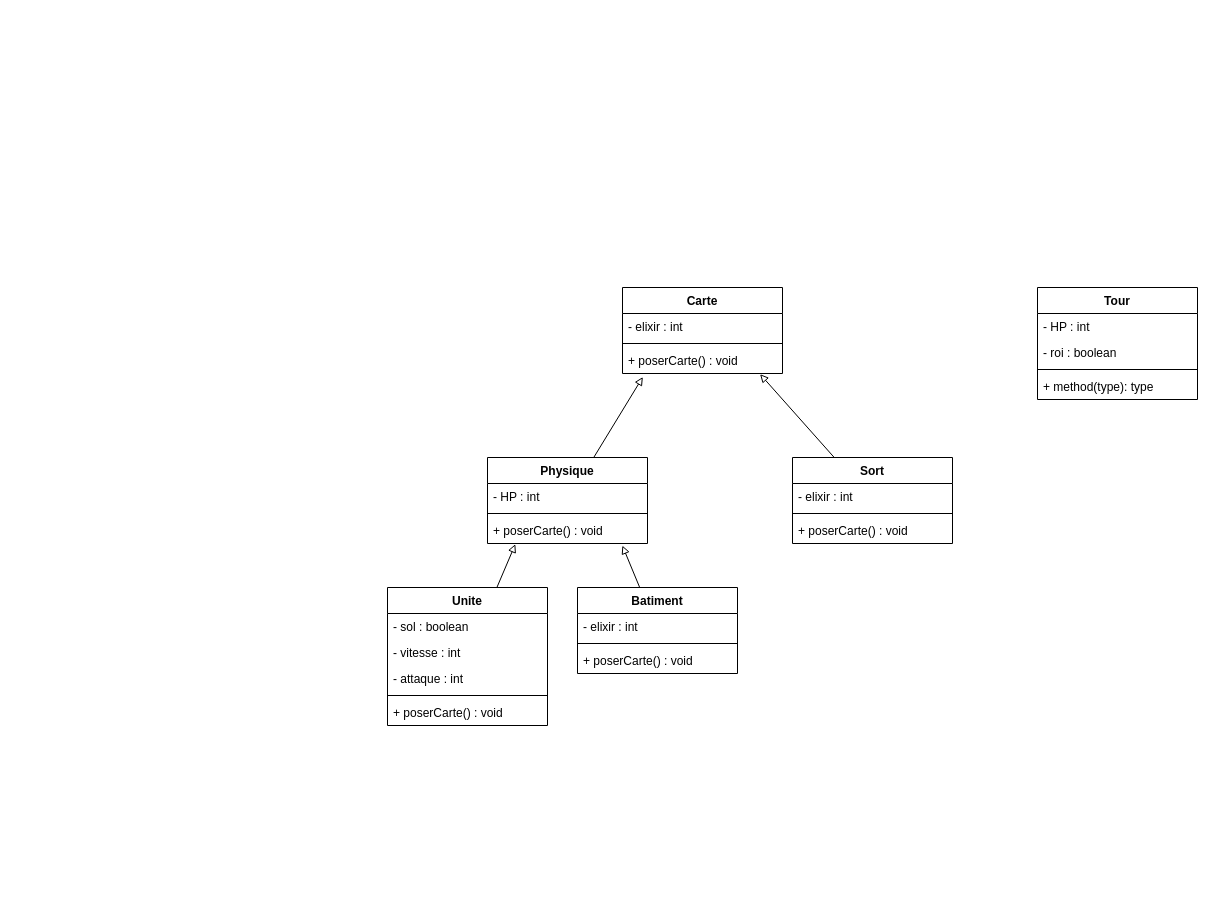
Above: classes.drawio in l-busca/ProjetUML_Busca_Jacques_Mathieu_Schneider (draw.io), before the change. Source tidied: cells renumbered, new cells numbered last; positions are measured from the earlier drawing's top-left corner, leaving out a move shared by most shapes. Both pictures are drawn from the tidied source at 100%, with x=0, y=0 at pixel (387, 287).
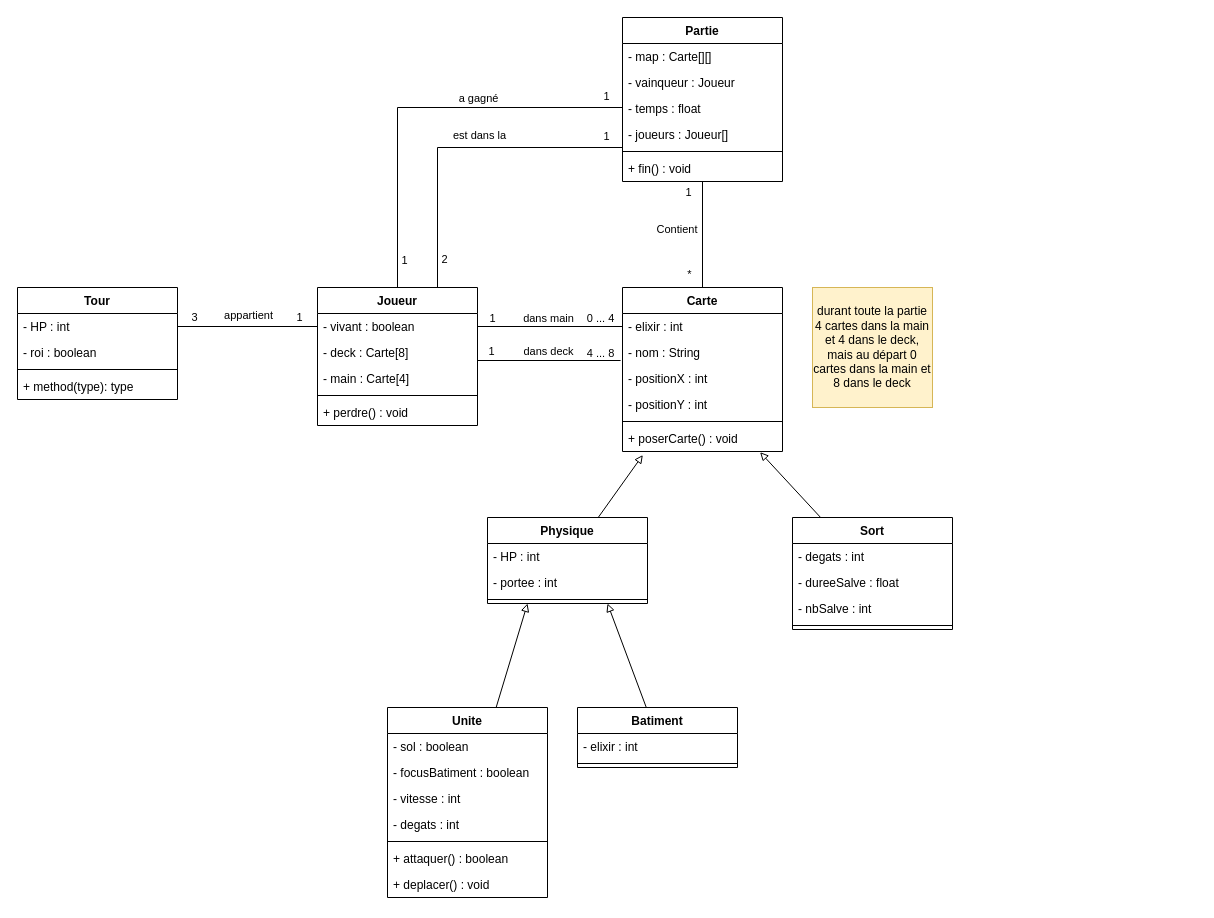
After the change.

The change refers to these unchanged cells:
```xml
<mxCell id="3" value="- elixir : int" style="text;strokeColor=none;fillColor=none;align=left;verticalAlign=top;spacingLeft=4;spacingRight=4;overflow=hidden;points=[[0,0.5],[1,0.5]];portConstraint=eastwest;" parent="2" vertex="1">
  <mxGeometry y="26" width="160" height="26" as="geometry" />
</mxCell>
<mxCell id="29" value="- HP : int" style="text;strokeColor=none;fillColor=none;align=left;verticalAlign=top;spacingLeft=4;spacingRight=4;overflow=hidden;points=[[0,0.5],[1,0.5]];portConstraint=eastwest;" parent="28" vertex="1">
  <mxGeometry y="26" width="160" height="26" as="geometry" />
</mxCell>
```

Change to the diagram source:
```diff
@@
     <mxCell id="2" value="Carte" style="swimlane;fontStyle=1;align=center;verticalAlign=top;horizontal=1;startSize=26;" parent="1" vertex="1">
-      <mxGeometry x="235" width="160" height="86" as="geometry" />
+      <mxGeometry x="235" width="160" height="164" as="geometry" />
     </mxCell>
@@
+    <mxCell id="33" value="- nom : String" style="text;strokeColor=none;fillColor=none;align=left;verticalAlign=top;spacingLeft=4;spacingRight=4;overflow=hidden;points=[[0,0.5],[1,0.5]];portConstraint=eastwest;" parent="2" vertex="1">
+      <mxGeometry y="52" width="160" height="26" as="geometry" />
+    </mxCell>
+    <mxCell id="34" value="- positionX : int" style="text;strokeColor=none;fillColor=none;align=left;verticalAlign=top;spacingLeft=4;spacingRight=4;overflow=hidden;" parent="2" vertex="1">
+      <mxGeometry y="78" width="160" height="26" as="geometry" />
+    </mxCell>
+    <mxCell id="35" value="- positionY : int" style="text;strokeColor=none;fillColor=none;align=left;verticalAlign=top;spacingLeft=4;spacingRight=4;overflow=hidden;" parent="2" vertex="1">
+      <mxGeometry y="104" width="160" height="26" as="geometry" />
+    </mxCell>
     <mxCell id="4" style="line;strokeWidth=1;fillColor=none;align=left;verticalAlign=middle;spacingTop=-1;spacingLeft=3;spacingRight=3;labelPosition=right;" parent="2" vertex="1">
-      <mxGeometry y="52" width="160" height="8" as="geometry" />
+      <mxGeometry y="130" width="160" height="8" as="geometry" />
     </mxCell>
     <mxCell id="5" value="+ poserCarte() : void" style="text;strokeColor=none;fillColor=none;align=left;verticalAlign=top;spacingLeft=4;spacingRight=4;overflow=hidden;points=[[0,0.5],[1,0.5]];portConstraint=eastwest;" parent="2" vertex="1">
-      <mxGeometry y="60" width="160" height="26" as="geometry" />
+      <mxGeometry y="138" width="160" height="26" as="geometry" />
     </mxCell>
-    <mxCell id="6" style="edgeStyle=none;rounded=0;jettySize=auto;html=1;endArrow=block;endFill=0;entryX=0.843;entryY=1.081;entryDx=0;entryDy=0;entryPerimeter=0;" parent="1" edge="1" source="7" target="27">
+    <mxCell id="6" style="edgeStyle=none;rounded=0;jettySize=auto;html=1;endArrow=block;endFill=0;entryX=0.75;entryY=1;entryDx=0;entryDy=0;" parent="1" edge="1" source="7" target="24">
       <mxGeometry relative="1" as="geometry" />
     </mxCell>
     <mxCell id="7" value="Batiment" style="swimlane;fontStyle=1;align=center;verticalAlign=top;horizontal=1;startSize=26;" parent="1" vertex="1">
-      <mxGeometry x="190" y="300" width="160" height="86" as="geometry" />
+      <mxGeometry x="190" y="420" width="160" height="60" as="geometry" />
     </mxCell>
@@
-    <mxCell id="10" value="+ poserCarte() : void" style="text;strokeColor=none;fillColor=none;align=left;verticalAlign=top;spacingLeft=4;spacingRight=4;overflow=hidden;" parent="7" vertex="1">
-      <mxGeometry y="60" width="160" height="26" as="geometry" />
-    </mxCell>
@@
     <mxCell id="12" value="Sort" style="swimlane;fontStyle=1;align=center;verticalAlign=top;horizontal=1;startSize=26;" parent="1" vertex="1">
-      <mxGeometry x="405" y="170" width="160" height="86" as="geometry" />
+      <mxGeometry x="405" y="230" width="160" height="112" as="geometry" />
     </mxCell>
-    <mxCell id="13" value="- elixir : int" style="text;strokeColor=none;fillColor=none;align=left;verticalAlign=top;spacingLeft=4;spacingRight=4;overflow=hidden;" parent="12" vertex="1">
-      <mxGeometry y="26" width="160" height="26" as="geometry" />
-    </mxCell>
+    <mxCell id="36" value="- degats : int" style="text;strokeColor=none;fillColor=none;align=left;verticalAlign=top;spacingLeft=4;spacingRight=4;overflow=hidden;" parent="12" vertex="1">
+      <mxGeometry y="26" width="160" height="26" as="geometry" />
+    </mxCell>
+    <mxCell id="37" value="- dureeSalve : float" style="text;strokeColor=none;fillColor=none;align=left;verticalAlign=top;spacingLeft=4;spacingRight=4;overflow=hidden;" parent="12" vertex="1">
+      <mxGeometry y="52" width="160" height="26" as="geometry" />
+    </mxCell>
+    <mxCell id="38" value="- nbSalve : int" style="text;strokeColor=none;fillColor=none;align=left;verticalAlign=top;spacingLeft=4;spacingRight=4;overflow=hidden;" parent="12" vertex="1">
+      <mxGeometry y="78" width="160" height="26" as="geometry" />
+    </mxCell>
     <mxCell id="14" style="line;strokeWidth=1;fillColor=none;align=left;verticalAlign=middle;spacingTop=-1;spacingLeft=3;spacingRight=3;labelPosition=right;" parent="12" vertex="1">
-      <mxGeometry y="52" width="160" height="8" as="geometry" />
+      <mxGeometry y="104" width="160" height="8" as="geometry" />
     </mxCell>
-    <mxCell id="15" value="+ poserCarte() : void" style="text;strokeColor=none;fillColor=none;align=left;verticalAlign=top;spacingLeft=4;spacingRight=4;overflow=hidden;" parent="12" vertex="1">
-      <mxGeometry y="60" width="160" height="26" as="geometry" />
-    </mxCell>
-    <mxCell id="16" style="edgeStyle=none;rounded=0;jettySize=auto;html=1;entryX=0.174;entryY=1.026;entryDx=0;entryDy=0;entryPerimeter=0;endArrow=block;endFill=0;" parent="1" edge="1" source="17" target="27">
+    <mxCell id="16" style="edgeStyle=none;rounded=0;jettySize=auto;html=1;entryX=0.25;entryY=1;entryDx=0;entryDy=0;endArrow=block;endFill=0;" parent="1" edge="1" source="17" target="24">
       <mxGeometry relative="1" as="geometry" />
     </mxCell>
     <mxCell id="17" value="Unite" style="swimlane;fontStyle=1;align=center;verticalAlign=top;horizontal=1;startSize=26;" parent="1" vertex="1">
-      <mxGeometry y="300" width="160" height="138" as="geometry" />
+      <mxGeometry y="420" width="160" height="190" as="geometry" />
     </mxCell>
@@
+    <mxCell id="39" value="- focusBatiment : boolean" style="text;strokeColor=none;fillColor=none;align=left;verticalAlign=top;spacingLeft=4;spacingRight=4;overflow=hidden;" parent="17" vertex="1">
+      <mxGeometry y="52" width="160" height="26" as="geometry" />
+    </mxCell>
     <mxCell id="19" value="- vitesse : int" style="text;strokeColor=none;fillColor=none;align=left;verticalAlign=top;spacingLeft=4;spacingRight=4;overflow=hidden;" parent="17" vertex="1">
-      <mxGeometry y="52" width="160" height="26" as="geometry" />
+      <mxGeometry y="78" width="160" height="26" as="geometry" />
     </mxCell>
-    <mxCell id="20" value="- attaque : int" style="text;strokeColor=none;fillColor=none;align=left;verticalAlign=top;spacingLeft=4;spacingRight=4;overflow=hidden;" parent="17" vertex="1">
-      <mxGeometry y="78" width="160" height="26" as="geometry" />
+    <mxCell id="20" value="- degats : int" style="text;strokeColor=none;fillColor=none;align=left;verticalAlign=top;spacingLeft=4;spacingRight=4;overflow=hidden;" parent="17" vertex="1">
+      <mxGeometry y="104" width="160" height="26" as="geometry" />
     </mxCell>
     <mxCell id="21" style="line;strokeWidth=1;fillColor=none;align=left;verticalAlign=middle;spacingTop=-1;spacingLeft=3;spacingRight=3;labelPosition=right;" parent="17" vertex="1">
-      <mxGeometry y="104" width="160" height="8" as="geometry" />
+      <mxGeometry y="130" width="160" height="8" as="geometry" />
     </mxCell>
-    <mxCell id="22" value="+ poserCarte() : void" style="text;strokeColor=none;fillColor=none;align=left;verticalAlign=top;spacingLeft=4;spacingRight=4;overflow=hidden;" parent="17" vertex="1">
-      <mxGeometry y="112" width="160" height="26" as="geometry" />
-    </mxCell>
+    <mxCell id="40" value="+ attaquer() : boolean" style="text;strokeColor=none;fillColor=none;align=left;verticalAlign=top;spacingLeft=4;spacingRight=4;overflow=hidden;" parent="17" vertex="1">
+      <mxGeometry y="138" width="160" height="26" as="geometry" />
+    </mxCell>
+    <mxCell id="41" value="+ deplacer() : void" style="text;strokeColor=none;fillColor=none;align=left;verticalAlign=top;spacingLeft=4;spacingRight=4;overflow=hidden;" parent="17" vertex="1">
+      <mxGeometry y="164" width="160" height="26" as="geometry" />
+    </mxCell>
@@
     <mxCell id="24" value="Physique" style="swimlane;fontStyle=1;align=center;verticalAlign=top;horizontal=1;startSize=26;" parent="1" vertex="1">
-      <mxGeometry x="100" y="170" width="160" height="86" as="geometry" />
+      <mxGeometry x="100" y="230" width="160" height="86" as="geometry" />
     </mxCell>
@@
+    <mxCell id="42" value="- portee : int" style="text;strokeColor=none;fillColor=none;align=left;verticalAlign=top;spacingLeft=4;spacingRight=4;overflow=hidden;" parent="24" vertex="1">
+      <mxGeometry y="52" width="160" height="26" as="geometry" />
+    </mxCell>
     <mxCell id="26" style="line;strokeWidth=1;fillColor=none;align=left;verticalAlign=middle;spacingTop=-1;spacingLeft=3;spacingRight=3;labelPosition=right;" parent="24" vertex="1">
-      <mxGeometry y="52" width="160" height="8" as="geometry" />
+      <mxGeometry y="78" width="160" height="8" as="geometry" />
     </mxCell>
-    <mxCell id="27" value="+ poserCarte() : void" style="text;strokeColor=none;fillColor=none;align=left;verticalAlign=top;spacingLeft=4;spacingRight=4;overflow=hidden;points=[[0,0.5],[1,0.5]];portConstraint=eastwest;" parent="24" vertex="1">
-      <mxGeometry y="60" width="160" height="26" as="geometry" />
-    </mxCell>
     <mxCell id="28" value="Tour" style="swimlane;fontStyle=1;align=center;verticalAlign=top;horizontal=1;startSize=26;" parent="1" vertex="1">
-      <mxGeometry x="650" width="160" height="112" as="geometry" />
+      <mxGeometry x="-370" width="160" height="112" as="geometry" />
     </mxCell>
@@
+    <mxCell id="43" style="edgeStyle=orthogonalEdgeStyle;rounded=0;jettySize=auto;html=1;entryX=0.5;entryY=0;entryDx=0;entryDy=0;endArrow=none;endFill=0;" parent="1" edge="1" source="47" target="2">
+      <mxGeometry relative="1" as="geometry" />
+    </mxCell>
+    <mxCell id="44" value="1" style="edgeLabel;html=1;align=center;verticalAlign=middle;" parent="43" vertex="1">
+      <mxGeometry x="-0.24" relative="1" as="geometry">
+        <mxPoint x="-15" y="-30" as="offset" />
+      </mxGeometry>
+    </mxCell>
+    <mxCell id="45" value="*" style="edgeLabel;html=1;align=center;verticalAlign=middle;" parent="43" vertex="1">
+      <mxGeometry x="0.73" y="5" relative="1" as="geometry">
+        <mxPoint x="-19" as="offset" />
+      </mxGeometry>
+    </mxCell>
+    <mxCell id="46" value="Contient&amp;nbsp;" style="edgeLabel;html=1;align=center;verticalAlign=middle;" parent="43" vertex="1">
+      <mxGeometry x="-0.12" y="-1" relative="1" as="geometry">
+        <mxPoint x="-24" as="offset" />
+      </mxGeometry>
+    </mxCell>
+    <mxCell id="47" value="Partie" style="swimlane;fontStyle=1;align=center;verticalAlign=top;horizontal=1;startSize=26;" parent="1" vertex="1">
+      <mxGeometry x="235" y="-270" width="160" height="164" as="geometry" />
+    </mxCell>
+    <mxCell id="48" value="- map : Carte[][]" style="text;strokeColor=none;fillColor=none;align=left;verticalAlign=top;spacingLeft=4;spacingRight=4;overflow=hidden;" parent="47" vertex="1">
+      <mxGeometry y="26" width="160" height="26" as="geometry" />
+    </mxCell>
+    <mxCell id="49" value="- vainqueur : Joueur" style="text;strokeColor=none;fillColor=none;align=left;verticalAlign=top;spacingLeft=4;spacingRight=4;overflow=hidden;" parent="47" vertex="1">
+      <mxGeometry y="52" width="160" height="26" as="geometry" />
+    </mxCell>
+    <mxCell id="50" value="- temps : float" style="text;strokeColor=none;fillColor=none;align=left;verticalAlign=top;spacingLeft=4;spacingRight=4;overflow=hidden;points=[[0,0.5],[1,0.5]];portConstraint=eastwest;" parent="47" vertex="1">
+      <mxGeometry y="78" width="160" height="26" as="geometry" />
+    </mxCell>
+    <mxCell id="51" value="- joueurs : Joueur[]" style="text;strokeColor=none;fillColor=none;align=left;verticalAlign=top;spacingLeft=4;spacingRight=4;overflow=hidden;points=[[0,0.5],[1,0.5]];portConstraint=eastwest;" parent="47" vertex="1">
+      <mxGeometry y="104" width="160" height="26" as="geometry" />
+    </mxCell>
+    <mxCell id="52" style="line;strokeWidth=1;fillColor=none;align=left;verticalAlign=middle;spacingTop=-1;spacingLeft=3;spacingRight=3;labelPosition=right;" parent="47" vertex="1">
+      <mxGeometry y="130" width="160" height="8" as="geometry" />
+    </mxCell>
+    <mxCell id="53" value="+ fin() : void" style="text;strokeColor=none;fillColor=none;align=left;verticalAlign=top;spacingLeft=4;spacingRight=4;overflow=hidden;" parent="47" vertex="1">
+      <mxGeometry y="138" width="160" height="26" as="geometry" />
+    </mxCell>
+    <mxCell id="54" value="Joueur" style="swimlane;fontStyle=1;align=center;verticalAlign=top;horizontal=1;startSize=26;" parent="1" vertex="1">
+      <mxGeometry x="-70" width="160" height="138" as="geometry" />
+    </mxCell>
+    <mxCell id="55" value="- vivant : boolean" style="text;strokeColor=none;fillColor=none;align=left;verticalAlign=top;spacingLeft=4;spacingRight=4;overflow=hidden;points=[[0,0.5],[1,0.5]];portConstraint=eastwest;" parent="54" vertex="1">
+      <mxGeometry y="26" width="160" height="26" as="geometry" />
+    </mxCell>
+    <mxCell id="56" value="- deck : Carte[8]" style="text;strokeColor=none;fillColor=none;align=left;verticalAlign=top;spacingLeft=4;spacingRight=4;overflow=hidden;" parent="54" vertex="1">
+      <mxGeometry y="52" width="160" height="26" as="geometry" />
+    </mxCell>
+    <mxCell id="57" value="- main : Carte[4]" style="text;strokeColor=none;fillColor=none;align=left;verticalAlign=top;spacingLeft=4;spacingRight=4;overflow=hidden;" parent="54" vertex="1">
+      <mxGeometry y="78" width="160" height="26" as="geometry" />
+    </mxCell>
+    <mxCell id="58" style="line;strokeWidth=1;fillColor=none;align=left;verticalAlign=middle;spacingTop=-1;spacingLeft=3;spacingRight=3;labelPosition=right;" parent="54" vertex="1">
+      <mxGeometry y="104" width="160" height="8" as="geometry" />
+    </mxCell>
+    <mxCell id="59" value="+ perdre() : void" style="text;strokeColor=none;fillColor=none;align=left;verticalAlign=top;spacingLeft=4;spacingRight=4;overflow=hidden;points=[[0,0.5],[1,0.5]];portConstraint=eastwest;" parent="54" vertex="1">
+      <mxGeometry y="112" width="160" height="26" as="geometry" />
+    </mxCell>
+    <mxCell id="60" style="edgeStyle=orthogonalEdgeStyle;rounded=0;jettySize=auto;html=1;exitX=0;exitY=0.5;exitDx=0;exitDy=0;entryX=1;entryY=0.5;entryDx=0;entryDy=0;endArrow=none;endFill=0;" parent="1" edge="1" source="3" target="55">
+      <mxGeometry relative="1" as="geometry" />
+    </mxCell>
+    <mxCell id="61" value="0 ... 4" style="edgeLabel;html=1;align=center;verticalAlign=middle;" parent="60" vertex="1">
+      <mxGeometry x="-0.7" relative="1" as="geometry">
+        <mxPoint x="-1" y="-9" as="offset" />
+      </mxGeometry>
+    </mxCell>
+    <mxCell id="62" value="dans main" style="edgeLabel;html=1;align=center;verticalAlign=middle;" parent="60" vertex="1">
+      <mxGeometry x="0.34" y="2" relative="1" as="geometry">
+        <mxPoint x="22" y="-11" as="offset" />
+      </mxGeometry>
+    </mxCell>
+    <mxCell id="63" value="1" style="edgeLabel;html=1;align=center;verticalAlign=middle;" parent="60" vertex="1">
+      <mxGeometry x="0.81" y="1" relative="1" as="geometry">
+        <mxPoint y="-10" as="offset" />
+      </mxGeometry>
+    </mxCell>
+    <mxCell id="64" style="edgeStyle=orthogonalEdgeStyle;rounded=0;jettySize=auto;html=1;exitX=1;exitY=0.5;exitDx=0;exitDy=0;entryX=0;entryY=0.5;entryDx=0;entryDy=0;endArrow=none;endFill=0;" parent="1" edge="1" source="29" target="55">
+      <mxGeometry relative="1" as="geometry" />
+    </mxCell>
+    <mxCell id="65" value="3" style="edgeLabel;html=1;align=center;verticalAlign=middle;" parent="64" vertex="1">
+      <mxGeometry x="-0.7" y="-2" relative="1" as="geometry">
+        <mxPoint x="-5" y="-12" as="offset" />
+      </mxGeometry>
+    </mxCell>
+    <mxCell id="66" value="appartient" style="edgeLabel;html=1;align=center;verticalAlign=middle;" parent="64" vertex="1">
+      <mxGeometry x="0.26" relative="1" as="geometry">
+        <mxPoint x="-18" y="-12" as="offset" />
+      </mxGeometry>
+    </mxCell>
+    <mxCell id="67" value="1" style="edgeLabel;html=1;align=center;verticalAlign=middle;" parent="64" vertex="1">
+      <mxGeometry x="0.76" y="4" relative="1" as="geometry">
+        <mxPoint x="-2" y="-6" as="offset" />
+      </mxGeometry>
+    </mxCell>
+    <mxCell id="68" style="edgeStyle=orthogonalEdgeStyle;rounded=0;jettySize=auto;html=1;exitX=1;exitY=0.5;exitDx=0;exitDy=0;entryX=-0.012;entryY=0.808;entryDx=0;entryDy=0;entryPerimeter=0;endArrow=none;endFill=0;" parent="1" edge="1" source="59" target="33">
+      <mxGeometry relative="1" as="geometry">
+        <Array as="points">
+          <mxPoint x="90" y="73" />
+        </Array>
+      </mxGeometry>
+    </mxCell>
+    <mxCell id="69" value="4 ... 8" style="edgeLabel;html=1;align=center;verticalAlign=middle;" parent="68" vertex="1">
+      <mxGeometry x="0.69" y="1" relative="1" as="geometry">
+        <mxPoint x="9" y="-7" as="offset" />
+      </mxGeometry>
+    </mxCell>
+    <mxCell id="70" value="1" style="edgeLabel;html=1;align=center;verticalAlign=middle;" parent="68" vertex="1">
+      <mxGeometry x="-0.79" y="-1" relative="1" as="geometry">
+        <mxPoint x="12" y="-42" as="offset" />
+      </mxGeometry>
+    </mxCell>
+    <mxCell id="71" value="dans deck" style="edgeLabel;html=1;align=center;verticalAlign=middle;" parent="1" vertex="1">
+      <mxGeometry x="160" y="63" as="geometry" />
+    </mxCell>
+    <mxCell id="72" value="durant toute la partie 4 cartes dans la main et 4 dans le deck, mais au départ 0 cartes dans la main et 8 dans le deck" style="rounded=0;whiteSpace=wrap;html=1;fillColor=#fff2cc;strokeColor=#d6b656;" parent="1" vertex="1">
+      <mxGeometry x="425" width="120" height="120" as="geometry" />
+    </mxCell>
+    <mxCell id="73" style="edgeStyle=orthogonalEdgeStyle;rounded=0;jettySize=auto;html=1;exitX=0;exitY=0.5;exitDx=0;exitDy=0;entryX=0.5;entryY=0;entryDx=0;entryDy=0;endArrow=none;endFill=0;" parent="1" edge="1" source="50" target="54">
+      <mxGeometry relative="1" as="geometry">
+        <Array as="points">
+          <mxPoint x="10" y="-180" />
+        </Array>
+      </mxGeometry>
+    </mxCell>
+    <mxCell id="74" value="1" style="edgeLabel;html=1;align=center;verticalAlign=middle;" parent="73" vertex="1">
+      <mxGeometry x="0.86" y="1" relative="1" as="geometry">
+        <mxPoint x="5" as="offset" />
+      </mxGeometry>
+    </mxCell>
+    <mxCell id="75" value="a gagné" style="edgeLabel;html=1;align=center;verticalAlign=middle;" parent="73" vertex="1">
+      <mxGeometry x="-0.18" y="1" relative="1" as="geometry">
+        <mxPoint x="20" y="-11" as="offset" />
+      </mxGeometry>
+    </mxCell>
+    <mxCell id="76" style="edgeStyle=orthogonalEdgeStyle;rounded=0;jettySize=auto;html=1;exitX=0;exitY=0.5;exitDx=0;exitDy=0;entryX=0.75;entryY=0;entryDx=0;entryDy=0;endArrow=none;endFill=0;" parent="1" edge="1" source="51" target="54">
+      <mxGeometry relative="1" as="geometry">
+        <Array as="points">
+          <mxPoint x="235" y="-140" />
+          <mxPoint x="50" y="-140" />
+        </Array>
+      </mxGeometry>
+    </mxCell>
+    <mxCell id="77" value="est dans la" style="edgeLabel;html=1;align=center;verticalAlign=middle;" parent="76" vertex="1">
+      <mxGeometry x="-0.09" y="-2" relative="1" as="geometry">
+        <mxPoint x="-3" y="-11" as="offset" />
+      </mxGeometry>
+    </mxCell>
+    <mxCell id="78" value="2" style="edgeLabel;html=1;align=center;verticalAlign=middle;" parent="1" vertex="1">
+      <mxGeometry x="28" y="-17" as="geometry">
+        <mxPoint x="28" y="-12" as="offset" />
+      </mxGeometry>
+    </mxCell>
+    <mxCell id="79" value="1" style="edgeLabel;html=1;align=center;verticalAlign=middle;" parent="1" vertex="1">
+      <mxGeometry x="190" y="-180" as="geometry">
+        <mxPoint x="28" y="-12" as="offset" />
+      </mxGeometry>
+    </mxCell>
+    <mxCell id="80" value="1" style="edgeLabel;html=1;align=center;verticalAlign=middle;" parent="1" vertex="1">
+      <mxGeometry x="190" y="-140" as="geometry">
+        <mxPoint x="28" y="-12" as="offset" />
+      </mxGeometry>
+    </mxCell>
```
